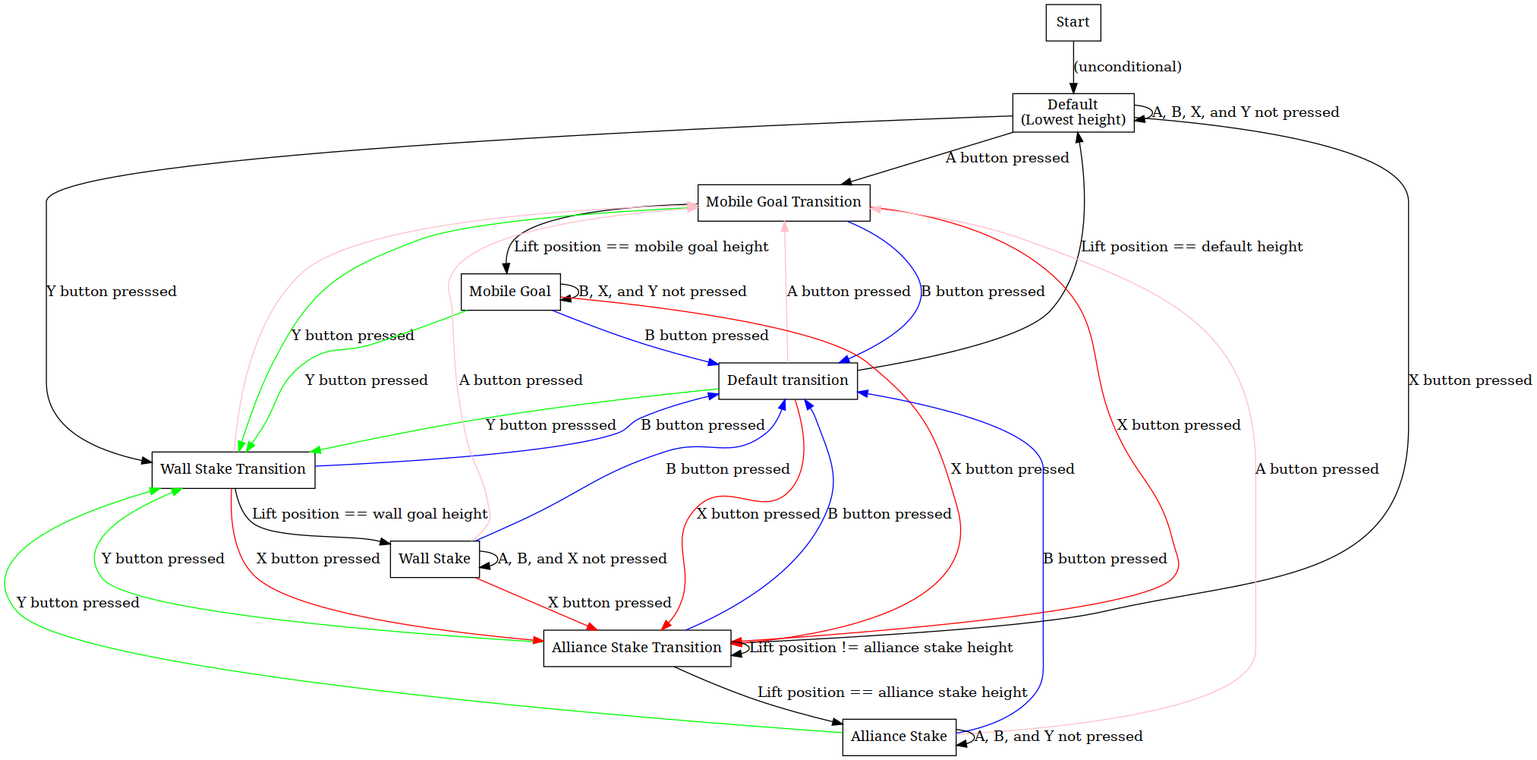
Before: 2024/prototype/intake_mechanisms/docs/lift-state-machine.png, a diagram exported from Graphviz (eshsrobotics/vex). Its source is kept beside it as 2024/prototype/intake_mechanisms/docs/lift-state-machine.dot. Source of this version:
```dot
digraph G {

    node [shape=record, fontname="Georgia", style="solid"];

    Start;
    Default [label="Default\n(Lowest height)"];
    DefaultTransition [label="Default transition"];
    MobileGoalTransition [label="Mobile Goal Transition"];
    MobileGoal [label="Mobile Goal"];
    AllianceStakeTransition [label="Alliance Stake Transition"];
    WallStakeTransition [label="Wall Stake Transition"];
    AllianceStake [label="Alliance Stake"];
    WallStake [label="Wall Stake"];

    Start -> Default [label="(unconditional)"];

    DefaultTransition -> Default [label="Lift position == default height"];
    DefaultTransition -> WallStakeTransition [label="Y button presssed", color="lime"];
    DefaultTransition -> AllianceStakeTransition [label="X button pressed", color="red"];
    DefaultTransition -> MobileGoalTransition [label="A button pressed", color="pink"];
    Default -> MobileGoalTransition [label="A button pressed"];
    Default -> WallStakeTransition [label="Y button presssed"];
    Default -> AllianceStakeTransition [label="X button pressed"];
    Default -> Default [label="A, B, X, and Y not pressed"];

    MobileGoalTransition -> MobileGoal [label="Lift position == mobile goal height"];
    MobileGoalTransition -> AllianceStakeTransition [label="X button pressed", color="red"];
    MobileGoalTransition -> WallStakeTransition [label="Y button pressed", color="lime"];
    MobileGoalTransition -> DefaultTransition [label="B button pressed", color="blue"];
    MobileGoal -> AllianceStakeTransition [label="X button pressed", color="red"];
    MobileGoal -> WallStakeTransition [label="Y button pressed", color="lime"];
    MobileGoal -> DefaultTransition [label="B button pressed", color="blue"];
    MobileGoal -> MobileGoal [label="B, X, and Y not pressed"];

    AllianceStakeTransition -> DefaultTransition [label="B button pressed", color="blue"];
    AllianceStakeTransition -> AllianceStake [label="Lift position == alliance stake height"];
    AllianceStakeTransition -> WallStakeTransition [label="Y button pressed", color="lime"];
    AllianceStakeTransition -> AllianceStakeTransition [label="Lift position != alliance stake height"];
    AllianceStake -> DefaultTransition [label="B button pressed", color="blue"];
    AllianceStake -> MobileGoalTransition [label="A button pressed", color="pink"];
    AllianceStake -> WallStakeTransition [label="Y button pressed", color="lime"];
    AllianceStake -> AllianceStake [label="A, B, and Y not pressed"];

    WallStakeTransition -> DefaultTransition [label="B button pressed", color = "blue"];
    WallStakeTransition -> WallStake [label="Lift position == wall goal height"];
    WallStakeTransition -> MobileGoalTransition [labelel="A button pressed", color = "pink"];
    WallStakeTransition -> AllianceStakeTransition [label="X button pressed", color = "red"];
    WallStake -> DefaultTransition [label="B button pressed", color = "blue"];
    WallStake -> MobileGoalTransition [label="A button pressed", color="pink"]
    WallStake -> AllianceStakeTransition [label="X button pressed", color = "red"];
    WallStake -> WallStake [label="A, B, and X not pressed"];
}
```
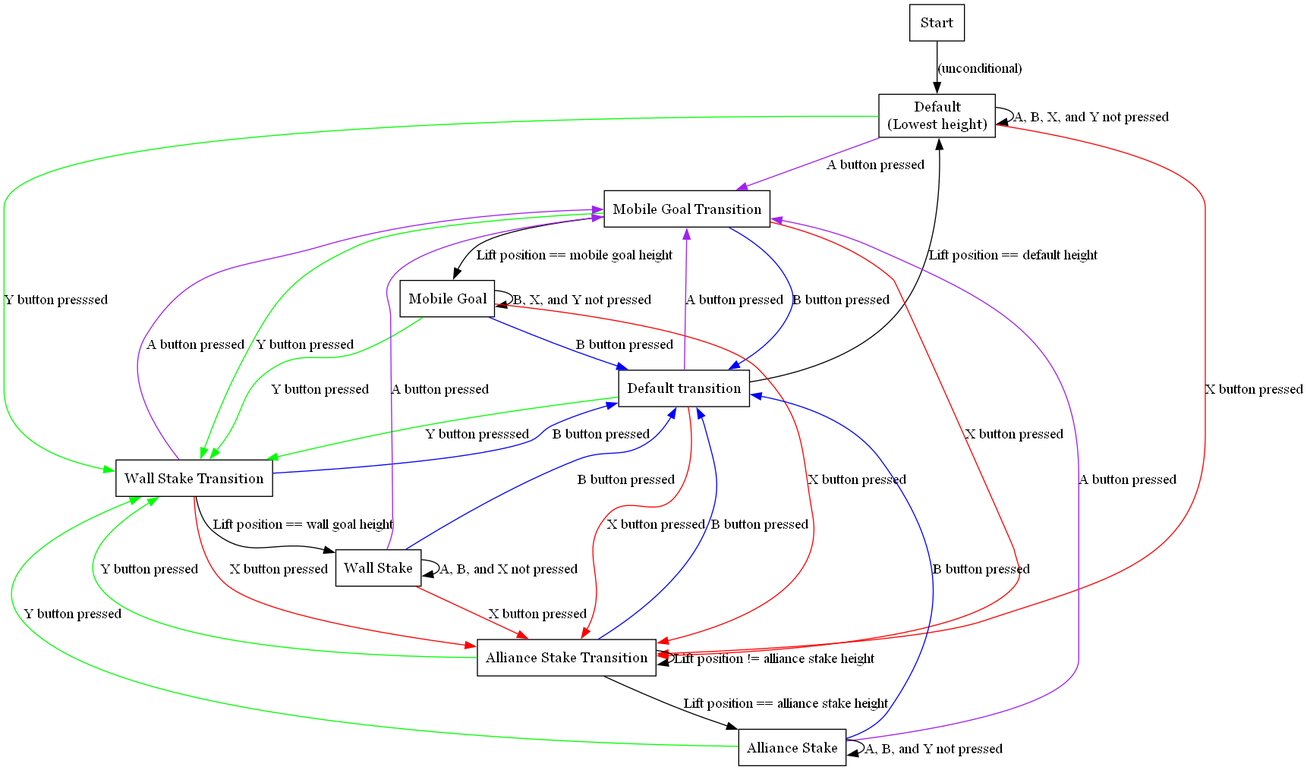
After the change.

Commit message:
Checked the dot file.

Change to the diagram source:
```diff
@@ -17,10 +17,10 @@
     DefaultTransition -> Default [label="Lift position == default height"];
     DefaultTransition -> WallStakeTransition [label="Y button presssed", color="lime"];
     DefaultTransition -> AllianceStakeTransition [label="X button pressed", color="red"];
-    DefaultTransition -> MobileGoalTransition [label="A button pressed", color="pink"];
-    Default -> MobileGoalTransition [label="A button pressed"];
-    Default -> WallStakeTransition [label="Y button presssed"];
-    Default -> AllianceStakeTransition [label="X button pressed"];
+    DefaultTransition -> MobileGoalTransition [label="A button pressed", color="purple"];
+    Default -> MobileGoalTransition [label="A button pressed", color="purple"];
+    Default -> WallStakeTransition [label="Y button presssed", color="lime"];
+    Default -> AllianceStakeTransition [label="X button pressed", color="red"];
     Default -> Default [label="A, B, X, and Y not pressed"];
 
     MobileGoalTransition -> MobileGoal [label="Lift position == mobile goal height"];
@@ -37,16 +37,16 @@
     AllianceStakeTransition -> WallStakeTransition [label="Y button pressed", color="lime"];
     AllianceStakeTransition -> AllianceStakeTransition [label="Lift position != alliance stake height"];
     AllianceStake -> DefaultTransition [label="B button pressed", color="blue"];
-    AllianceStake -> MobileGoalTransition [label="A button pressed", color="pink"];
+    AllianceStake -> MobileGoalTransition [label="A button pressed", color="purple"];
     AllianceStake -> WallStakeTransition [label="Y button pressed", color="lime"];
     AllianceStake -> AllianceStake [label="A, B, and Y not pressed"];
 
     WallStakeTransition -> DefaultTransition [label="B button pressed", color = "blue"];
     WallStakeTransition -> WallStake [label="Lift position == wall goal height"];
-    WallStakeTransition -> MobileGoalTransition [labelel="A button pressed", color = "pink"];
+    WallStakeTransition -> MobileGoalTransition [label="A button pressed", color = "purple"];
     WallStakeTransition -> AllianceStakeTransition [label="X button pressed", color = "red"];
     WallStake -> DefaultTransition [label="B button pressed", color = "blue"];
-    WallStake -> MobileGoalTransition [label="A button pressed", color="pink"]
+    WallStake -> MobileGoalTransition [label="A button pressed", color="purple"]
     WallStake -> AllianceStakeTransition [label="X button pressed", color = "red"];
     WallStake -> WallStake [label="A, B, and X not pressed"];
 }
```
